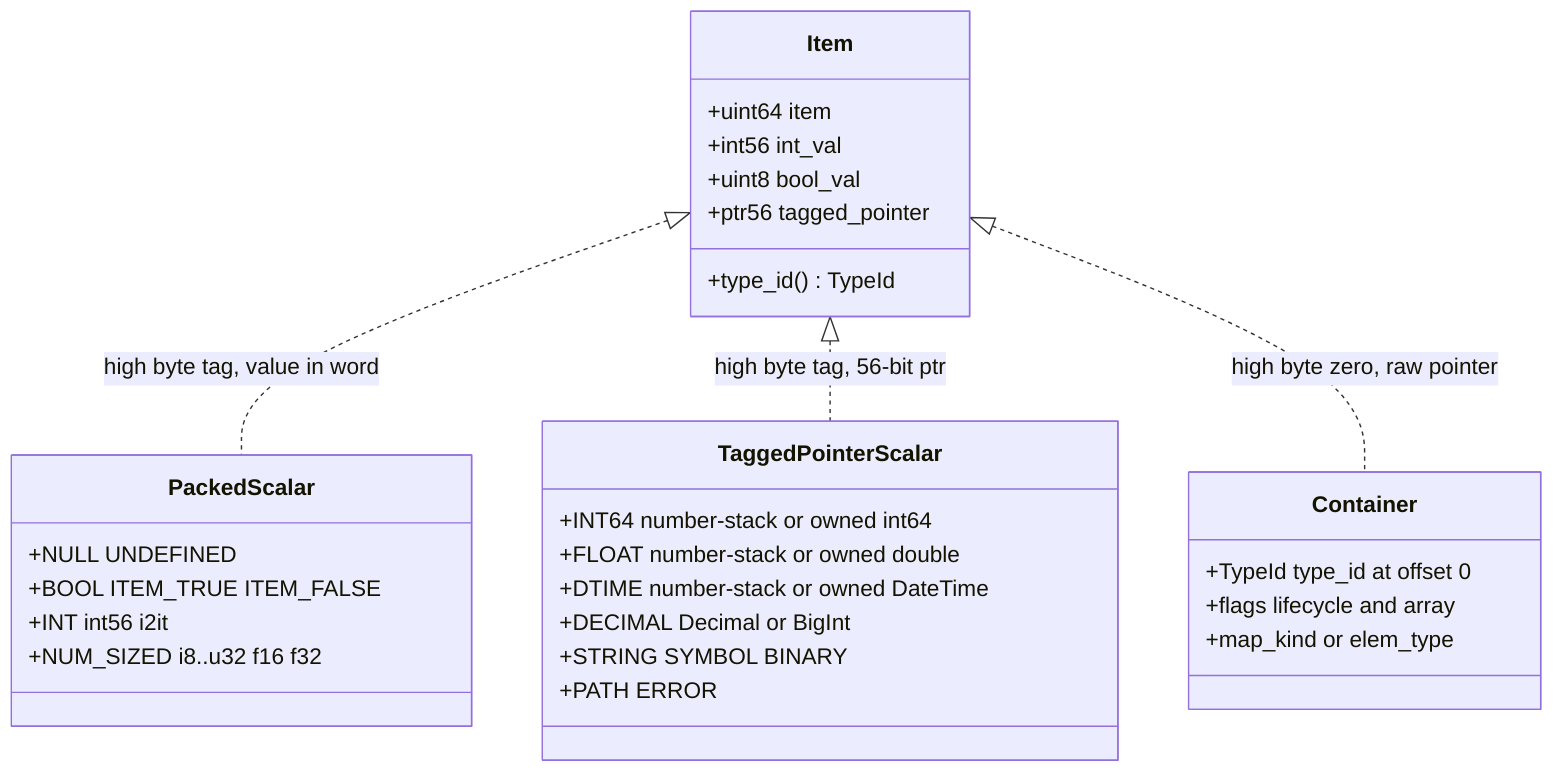
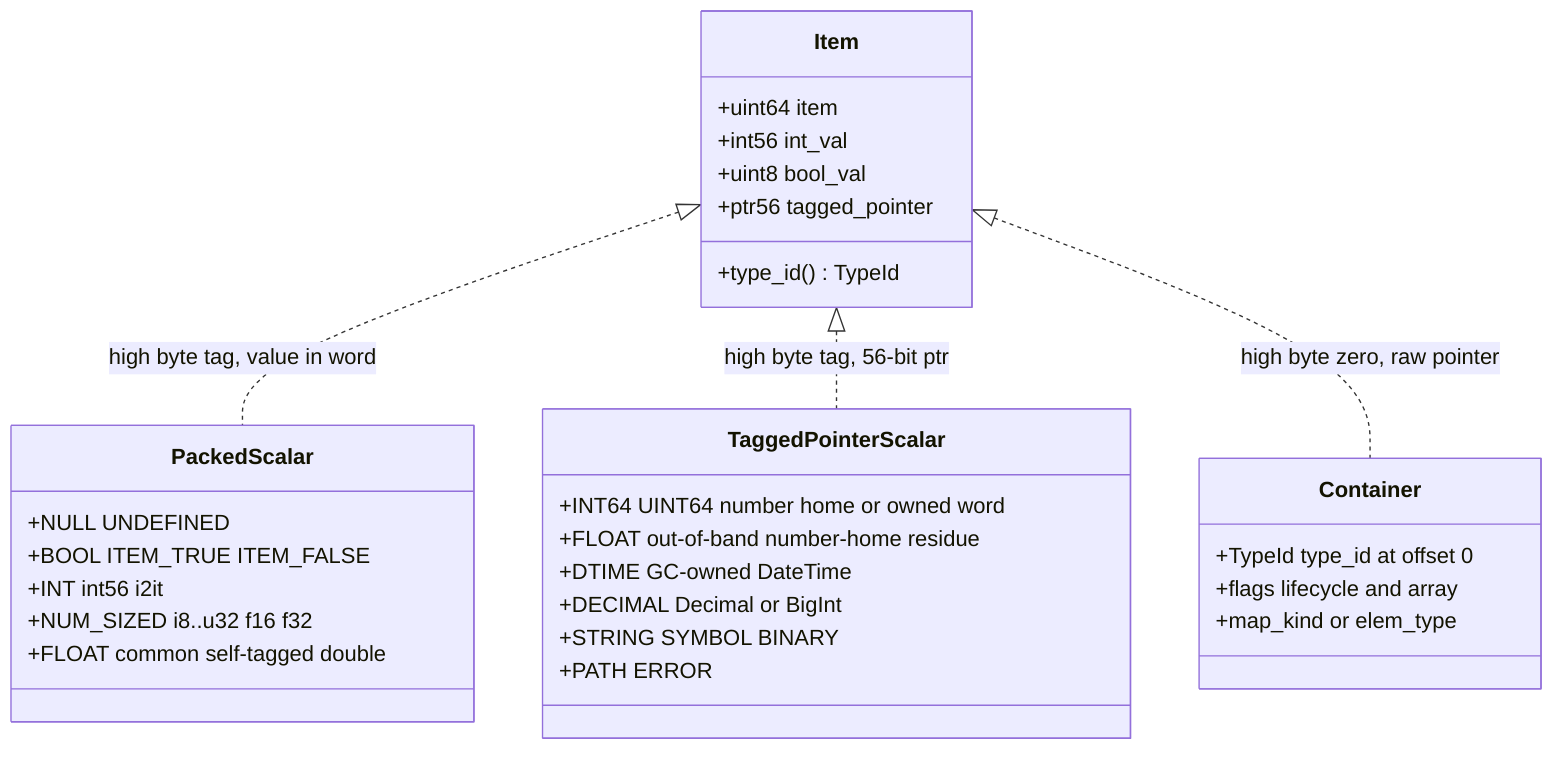
classDiagram
  class Item {
    +uint64 item
    +int56 int_val
    +uint8 bool_val
    +ptr56 tagged_pointer
    +type_id() TypeId
  }
  class PackedScalar {
    +NULL UNDEFINED
    +BOOL ITEM_TRUE ITEM_FALSE
    +INT int56 i2it
    +NUM_SIZED i8..u32 f16 f32
+     +FLOAT common self-tagged double
  }
  class TaggedPointerScalar {
-     +INT64 number-stack or owned int64
-     +FLOAT number-stack or owned double
-     +DTIME number-stack or owned DateTime
+     +INT64 UINT64 number home or owned word
+     +FLOAT out-of-band number-home residue
+     +DTIME GC-owned DateTime
    +DECIMAL Decimal or BigInt
    +STRING SYMBOL BINARY
    +PATH ERROR
  }
  class Container {
    +TypeId type_id at offset 0
    +flags lifecycle and array
    +map_kind or elem_type
  }
  Item <|.. PackedScalar : high byte tag, value in word
  Item <|.. TaggedPointerScalar : high byte tag, 56-bit ptr
  Item <|.. Container : high byte zero, raw pointer
